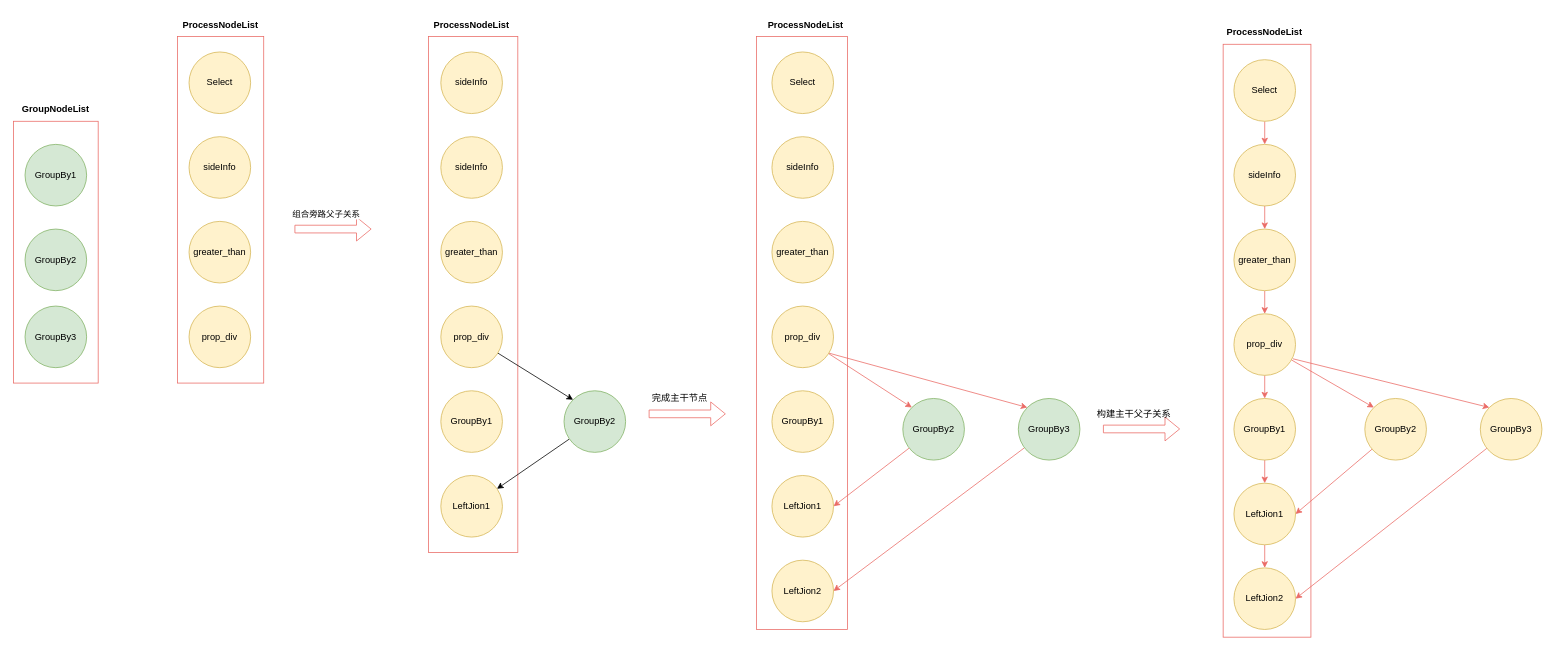
This is page "Page-11" (11 of 12) of profile_dev_platform.drawio from nullbull/uml, a draw.io file, before an edit. Source tidied: cells renumbered, new cells numbered last; positions are measured from the earlier drawing's top-left corner, leaving out a move shared by most shapes. Both pictures are drawn from the tidied source at 77%, with x=0, y=0 at pixel (13, 13).
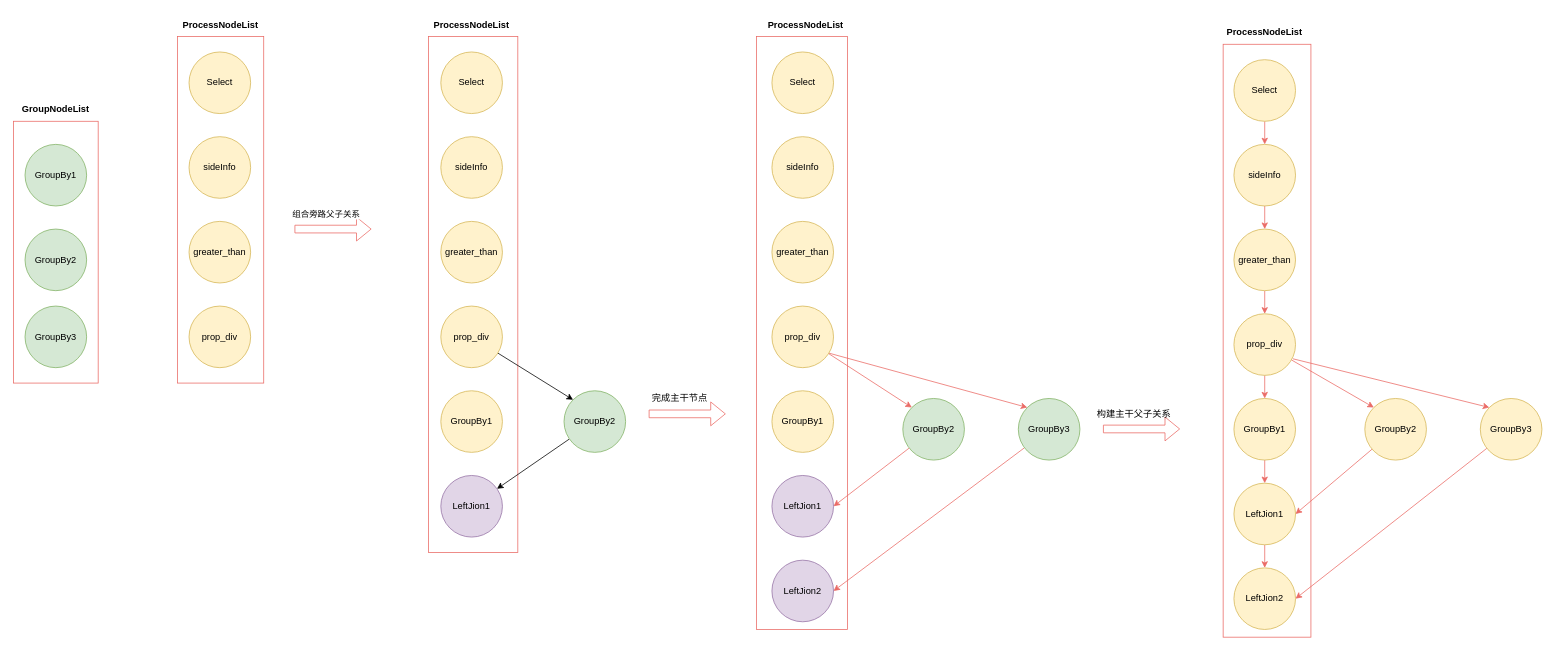
The same diagram, later.

Diff of the diagram source:
```diff
@@
-    <mxCell id="15" value="LeftJion1" style="ellipse;whiteSpace=wrap;html=1;fillColor=#fff2cc;strokeColor=#d6b656;" parent="1" vertex="1">
+    <mxCell id="15" value="LeftJion1" style="ellipse;whiteSpace=wrap;html=1;fillColor=#e1d5e7;strokeColor=#9673a6;" parent="1" vertex="1">
       <mxGeometry x="985" y="600" width="80" height="80" as="geometry" />
     </mxCell>
@@
-    <mxCell id="28" value="LeftJion2" style="ellipse;whiteSpace=wrap;html=1;fillColor=#fff2cc;strokeColor=#d6b656;" parent="1" vertex="1">
+    <mxCell id="28" value="LeftJion2" style="ellipse;whiteSpace=wrap;html=1;fillColor=#e1d5e7;strokeColor=#9673a6;" parent="1" vertex="1">
       <mxGeometry x="985" y="710" width="80" height="80" as="geometry" />
     </mxCell>
@@
-    <mxCell id="31" value="LeftJion1" style="ellipse;whiteSpace=wrap;html=1;fillColor=#fff2cc;strokeColor=#d6b656;" parent="1" vertex="1">
+    <mxCell id="31" value="LeftJion1" style="ellipse;whiteSpace=wrap;html=1;fillColor=#e1d5e7;strokeColor=#9673a6;" parent="1" vertex="1">
       <mxGeometry x="555" y="600" width="80" height="80" as="geometry" />
     </mxCell>
@@
-    <mxCell id="35" value="sideInfo" style="ellipse;whiteSpace=wrap;html=1;fillColor=#fff2cc;strokeColor=#d6b656;" parent="1" vertex="1">
+    <mxCell id="35" value="Select" style="ellipse;whiteSpace=wrap;html=1;fillColor=#fff2cc;strokeColor=#d6b656;" parent="1" vertex="1">
       <mxGeometry x="555" y="50" width="80" height="80" as="geometry" />
     </mxCell>
```
